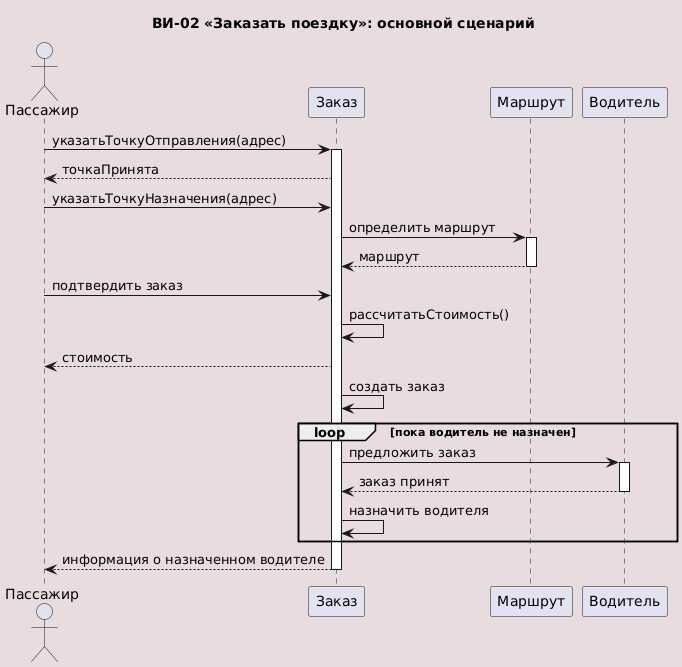
This is out/png/main-flow.png from Allureeee/uml-kuznetsova-20, a PlantUML export, as it was before one commit. Source of this version:
```plantuml
@startuml
!include ../../_style.puml

title ВИ-02 «Заказать поездку»: основной сценарий

actor "Пассажир" as passenger

participant "Заказ" as order
participant "Маршрут" as route
participant "Водитель" as driver

passenger -> order : указатьТочкуОтправления(адрес)
activate order
order --> passenger : точкаПринята

passenger -> order : указатьТочкуНазначения(адрес)

order -> route : определить маршрут
activate route
route --> order : маршрут
deactivate route

passenger -> order : подтвердить заказ

order -> order : рассчитатьСтоимость()
order --> passenger : стоимость

order -> order : создать заказ

loop пока водитель не назначен
    order -> driver : предложить заказ
    activate driver

    driver --> order : заказ принят
    deactivate driver

    order -> order : назначить водителя
end

order --> passenger : информация о назначенном водителе
deactivate order
@enduml
```
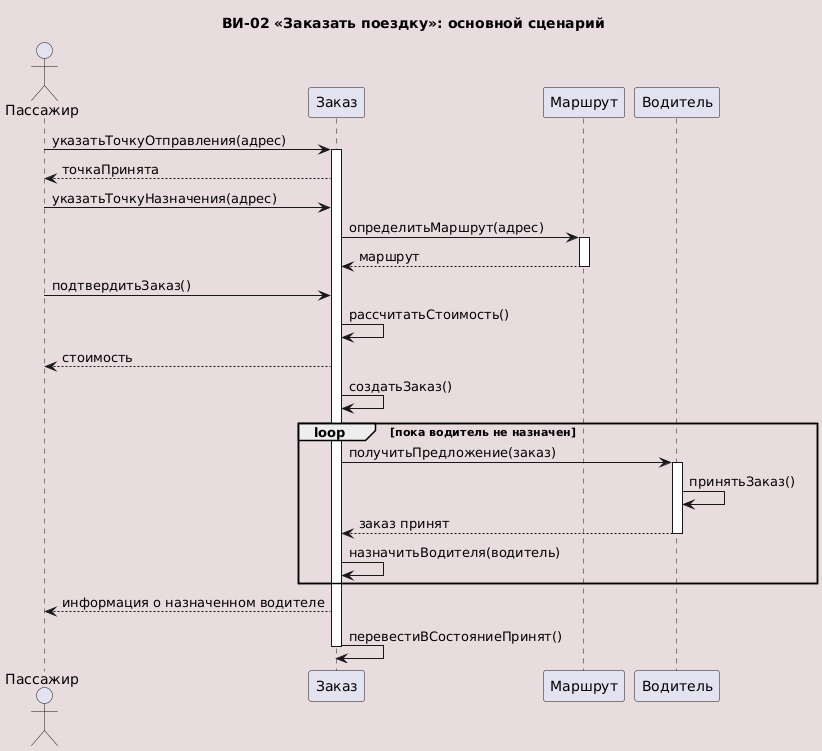
After the commit.

The edit, as a diff of the source:
```diff
@@ -4,39 +4,44 @@
 title ВИ-02 «Заказать поездку»: основной сценарий
 
 actor "Пассажир" as passenger
-
 participant "Заказ" as order
 participant "Маршрут" as route
 participant "Водитель" as driver
 
 passenger -> order : указатьТочкуОтправления(адрес)
 activate order
+
 order --> passenger : точкаПринята
 
 passenger -> order : указатьТочкуНазначения(адрес)
 
-order -> route : определить маршрут
+order -> route : определитьМаршрут(адрес)
 activate route
 route --> order : маршрут
 deactivate route
 
-passenger -> order : подтвердить заказ
+passenger -> order : подтвердитьЗаказ()
 
 order -> order : рассчитатьСтоимость()
 order --> passenger : стоимость
 
-order -> order : создать заказ
+order -> order : создатьЗаказ()
 
 loop пока водитель не назначен
-    order -> driver : предложить заказ
+    order -> driver : получитьПредложение(заказ)
     activate driver
 
+    driver -> driver : принятьЗаказ()
     driver --> order : заказ принят
+
     deactivate driver
 
-    order -> order : назначить водителя
+    order -> order : назначитьВодителя(водитель)
 end
 
 order --> passenger : информация о назначенном водителе
+order -> order : перевестиВСостояниеПринят()
+
 deactivate order
+
 @enduml
```
